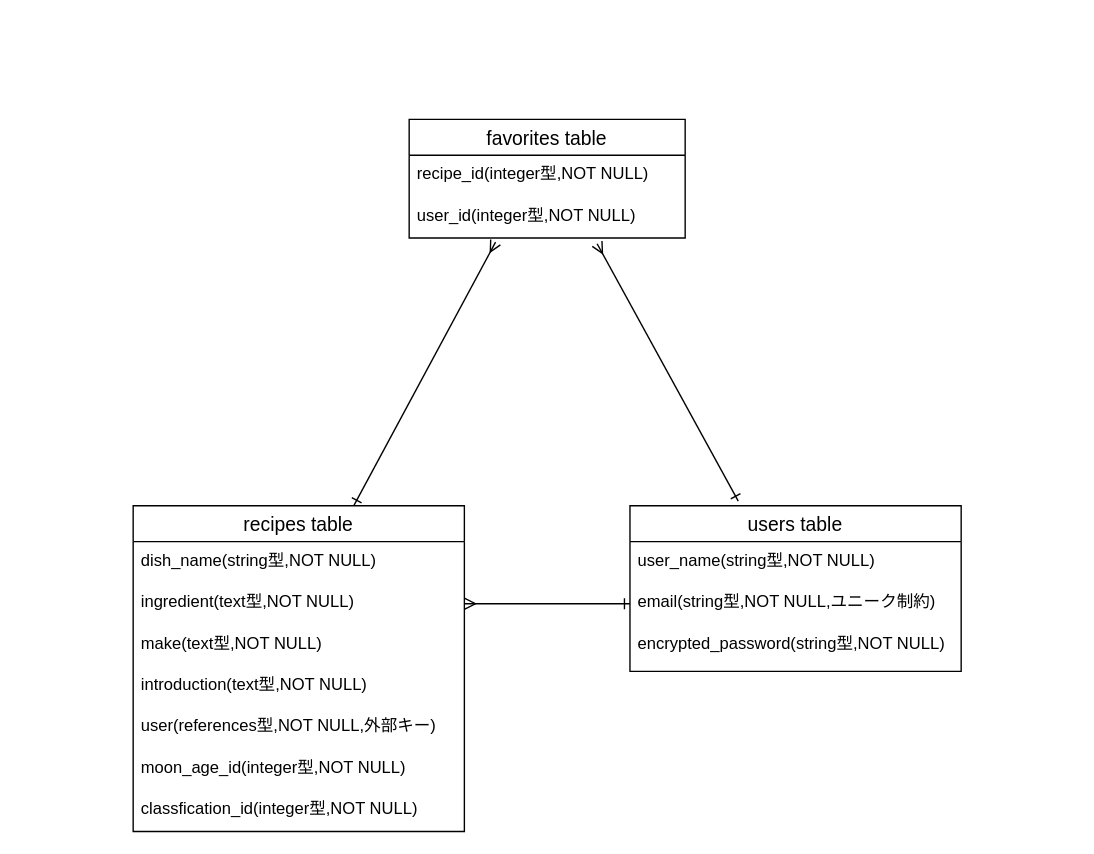
The draw.io diagram babyfoodrecipe.dio in yyhoshino/babyfoodrecipe, before the edit. Source tidied: cells renumbered, new cells numbered last; positions are measured from the earlier drawing's top-left corner, leaving out a move shared by most shapes. Both pictures are drawn from the tidied source at 138%, with x=0, y=0 at pixel (132, 119).
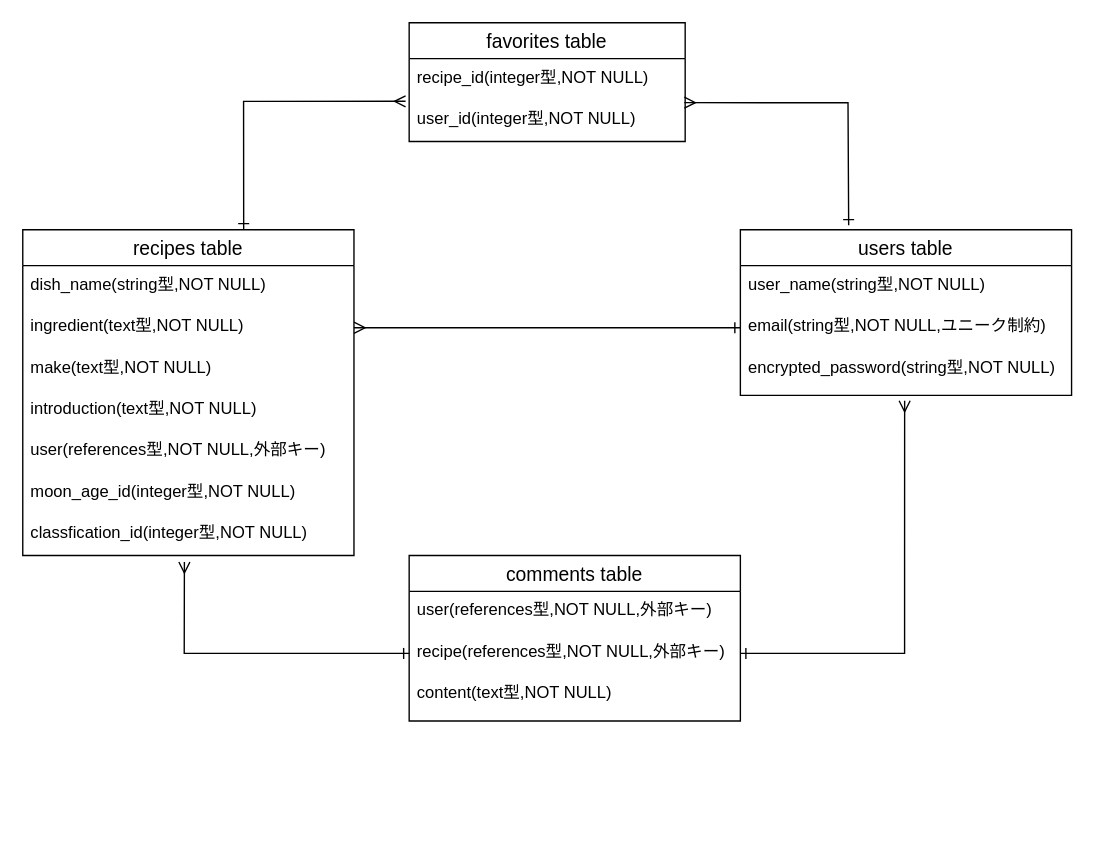
After the change.

Unchanged cells that the change refers to:
```xml
<mxCell id="6" value="encrypted_password(string型,NOT NULL)&#10;" style="text;strokeColor=none;fillColor=none;spacingLeft=4;spacingRight=4;overflow=hidden;points=[[0,0.5],[1,0.5]];portConstraint=eastwest;fontSize=12;" parent="3" vertex="1">
  <mxGeometry y="86" width="240" height="34" as="geometry" />
</mxCell>
<mxCell id="9" value="user_id(integer型,NOT NULL)" style="text;strokeColor=none;fillColor=none;spacingLeft=4;spacingRight=4;overflow=hidden;points=[[0,0.5],[1,0.5]];portConstraint=eastwest;fontSize=12;" parent="7" vertex="1">
  <mxGeometry y="56" width="200" height="30" as="geometry" />
</mxCell>
<mxCell id="18" value="classfication_id(integer型,NOT NULL)" style="text;strokeColor=none;fillColor=none;spacingLeft=4;spacingRight=4;overflow=hidden;points=[[0,0.5],[1,0.5]];portConstraint=eastwest;fontSize=12;" parent="11" vertex="1">
  <mxGeometry y="206" width="240" height="30" as="geometry" />
</mxCell>
```

Change to the diagram source:
```diff
@@
-    <mxCell id="2" style="edgeStyle=none;rounded=0;html=1;exitX=0.327;exitY=-0.028;exitDx=0;exitDy=0;entryX=0.681;entryY=1.137;entryDx=0;entryDy=0;entryPerimeter=0;startArrow=ERone;startFill=0;endArrow=ERmany;endFill=0;exitPerimeter=0;" parent="1" edge="1" source="3" target="9">
-      <mxGeometry relative="1" as="geometry" />
+    <mxCell id="2" style="edgeStyle=none;rounded=0;html=1;exitX=0.327;exitY=-0.028;exitDx=0;exitDy=0;entryX=0.997;entryY=0.062;entryDx=0;entryDy=0;entryPerimeter=0;startArrow=ERone;startFill=0;endArrow=ERmany;endFill=0;exitPerimeter=0;" parent="1" edge="1" source="3" target="9">
+      <mxGeometry relative="1" as="geometry">
+        <Array as="points">
+          <mxPoint x="518" y="-12" />
+        </Array>
+      </mxGeometry>
     </mxCell>
     <mxCell id="3" value="users table" style="swimlane;fontStyle=0;horizontal=1;startSize=26;align=center;fontSize=14;" parent="1" vertex="1">
-      <mxGeometry x="360" y="280" width="240" height="120" as="geometry" />
+      <mxGeometry x="440" y="80" width="240" height="120" as="geometry" />
     </mxCell>
@@
     <mxCell id="7" value="favorites table" style="swimlane;fontStyle=0;horizontal=1;startSize=26;align=center;fontSize=14;" parent="1" vertex="1">
-      <mxGeometry x="200" width="200" height="86" as="geometry" />
+      <mxGeometry x="200" y="-70" width="200" height="86" as="geometry" />
     </mxCell>
@@
-    <mxCell id="10" style="edgeStyle=none;html=1;entryX=0.313;entryY=1.1;entryDx=0;entryDy=0;entryPerimeter=0;endArrow=ERmany;endFill=0;startArrow=ERone;startFill=0;rounded=0;exitX=0.667;exitY=-0.002;exitDx=0;exitDy=0;exitPerimeter=0;" parent="1" edge="1" source="11" target="9">
-      <mxGeometry relative="1" as="geometry" />
+    <mxCell id="10" style="edgeStyle=none;html=1;entryX=-0.013;entryY=0.03;entryDx=0;entryDy=0;entryPerimeter=0;endArrow=ERmany;endFill=0;startArrow=ERone;startFill=0;rounded=0;exitX=0.667;exitY=-0.002;exitDx=0;exitDy=0;exitPerimeter=0;" parent="1" edge="1" source="11" target="9">
+      <mxGeometry relative="1" as="geometry">
+        <Array as="points">
+          <mxPoint x="80" y="-13" />
+        </Array>
+      </mxGeometry>
     </mxCell>
     <mxCell id="11" value="recipes table" style="swimlane;fontStyle=0;horizontal=1;startSize=26;align=center;fontSize=14;" parent="1" vertex="1">
-      <mxGeometry y="280" width="240" height="236" as="geometry" />
+      <mxGeometry x="-80" y="80" width="240" height="236" as="geometry" />
     </mxCell>
@@
+    <mxCell id="20" value="comments table" style="swimlane;fontStyle=0;horizontal=1;startSize=26;align=center;fontSize=14;" parent="1" vertex="1">
+      <mxGeometry x="200" y="316" width="240" height="120" as="geometry" />
+    </mxCell>
+    <mxCell id="21" value="user(references型,NOT NULL,外部キー)" style="text;strokeColor=none;fillColor=none;spacingLeft=4;spacingRight=4;overflow=hidden;fontSize=12;" parent="20" vertex="1">
+      <mxGeometry y="26" width="240" height="30" as="geometry" />
+    </mxCell>
+    <mxCell id="22" value="recipe(references型,NOT NULL,外部キー)" style="text;strokeColor=none;fillColor=none;spacingLeft=4;spacingRight=4;overflow=hidden;points=[[0,0.5],[1,0.5]];portConstraint=eastwest;fontSize=12;" parent="20" vertex="1">
+      <mxGeometry y="56" width="240" height="30" as="geometry" />
+    </mxCell>
+    <mxCell id="23" value="content(text型,NOT NULL)&#10;" style="text;strokeColor=none;fillColor=none;spacingLeft=4;spacingRight=4;overflow=hidden;fontSize=12;" parent="20" vertex="1">
+      <mxGeometry y="86" width="240" height="34" as="geometry" />
+    </mxCell>
+    <mxCell id="24" style="edgeStyle=none;rounded=0;html=1;exitX=0;exitY=0.5;exitDx=0;exitDy=0;entryX=0.488;entryY=1.158;entryDx=0;entryDy=0;entryPerimeter=0;startArrow=ERone;startFill=0;endArrow=ERmany;endFill=0;" parent="1" edge="1" source="22" target="18">
+      <mxGeometry relative="1" as="geometry">
+        <Array as="points">
+          <mxPoint x="37" y="387" />
+        </Array>
+      </mxGeometry>
+    </mxCell>
+    <mxCell id="25" style="edgeStyle=none;rounded=0;html=1;exitX=1;exitY=0.5;exitDx=0;exitDy=0;entryX=0.496;entryY=1.115;entryDx=0;entryDy=0;entryPerimeter=0;startArrow=ERone;startFill=0;endArrow=ERmany;endFill=0;" parent="1" edge="1" source="22" target="6">
+      <mxGeometry relative="1" as="geometry">
+        <Array as="points">
+          <mxPoint x="559" y="387" />
+          <mxPoint x="559" y="320" />
+        </Array>
+      </mxGeometry>
+    </mxCell>
```
